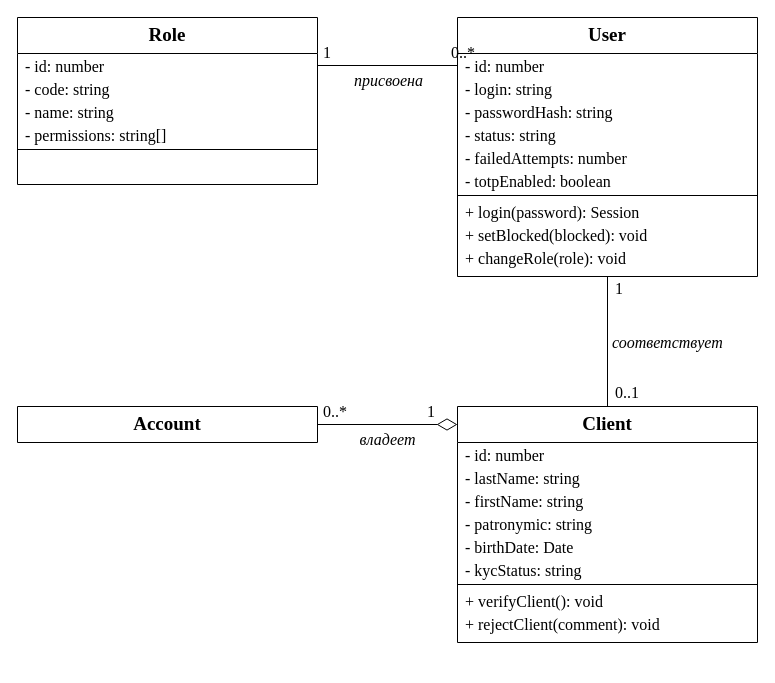
vladmeshkov/js-course-work keeps this draw.io diagram as page "Пользователи, клиенты и счета" (1 of 7) of docs/diagrams/class-diagrams.drawio. Above is the earlier version. Source tidied: cells renumbered, new cells numbered last; positions are measured from the earlier drawing's top-left corner, leaving out a move shared by most shapes. Both pictures are drawn from the tidied source at 100%, with x=0, y=0 at pixel (17, 17).
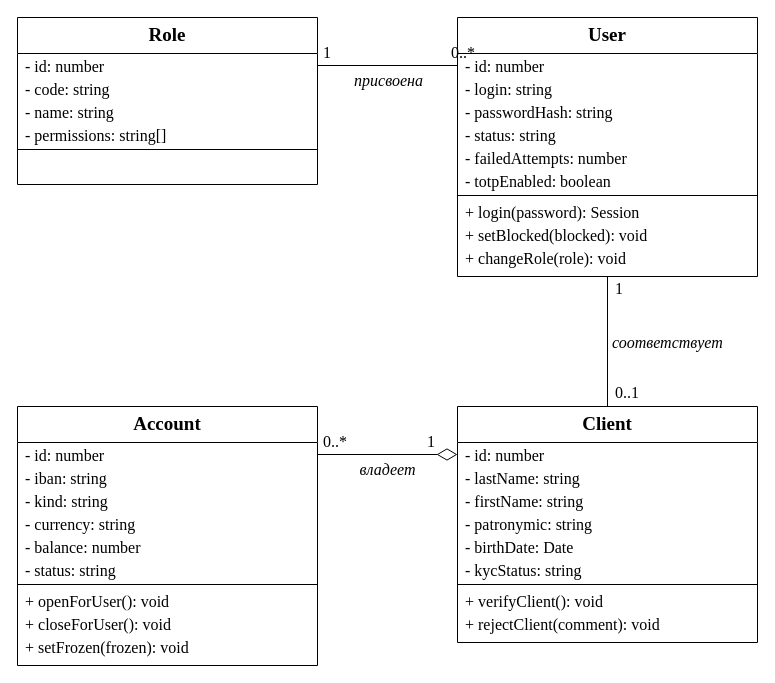
The same page after the edit.

The edit, as a diff of the source:
```diff
@@
     <mxCell id="30" value="&lt;b&gt;Account&lt;/b&gt;" style="swimlane;fontStyle=0;horizontal=1;startSize=36;fillColor=#FFFFFF;swimlaneFillColor=#FFFFFF;strokeColor=#000000;align=center;verticalAlign=middle;html=1;whiteSpace=wrap;fontFamily=Times New Roman;fontSize=19;" parent="1" vertex="1">
-      <mxGeometry y="389" width="300" height="36" as="geometry" />
+      <mxGeometry y="389" width="300" height="259" as="geometry" />
     </mxCell>
-    <mxCell id="31" style="text;strokeColor=none;fillColor=none;align=left;verticalAlign=middle;spacingLeft=6;spacingRight=4;overflow=hidden;whiteSpace=nowrap;fontFamily=Times New Roman;fontSize=16;" parent="30" vertex="1">
+    <mxCell id="31" value="- id: number" style="text;strokeColor=none;fillColor=none;align=left;verticalAlign=middle;spacingLeft=6;spacingRight=4;overflow=hidden;whiteSpace=nowrap;fontFamily=Times New Roman;fontSize=16;" parent="30" vertex="1">
       <mxGeometry y="36" width="300" height="23" as="geometry" />
     </mxCell>
-    <mxCell id="32" style="html=1;rounded=0;strokeColor=#000000;strokeWidth=1;endArrow=none;startArrow=none;" parent="1" edge="1">
-      <mxGeometry relative="1" as="geometry">
-        <mxPoint x="300" y="48" as="sourcePoint" />
-        <mxPoint x="440" y="48" as="targetPoint" />
-      </mxGeometry>
+    <mxCell id="32" value="- iban: string" style="text;strokeColor=none;fillColor=none;align=left;verticalAlign=middle;spacingLeft=6;spacingRight=4;overflow=hidden;whiteSpace=nowrap;fontFamily=Times New Roman;fontSize=16;" parent="30" vertex="1">
+      <mxGeometry y="59" width="300" height="23" as="geometry" />
     </mxCell>
-    <mxCell id="33" value="присвоена" style="text;html=1;strokeColor=none;fillColor=#FFFFFF;align=center;verticalAlign=middle;fontStyle=2;spacing=0;fontFamily=Times New Roman;fontSize=16;" parent="1" vertex="1">
-      <mxGeometry x="331" y="52" width="79" height="22" as="geometry" />
+    <mxCell id="33" value="- kind: string" style="text;strokeColor=none;fillColor=none;align=left;verticalAlign=middle;spacingLeft=6;spacingRight=4;overflow=hidden;whiteSpace=nowrap;fontFamily=Times New Roman;fontSize=16;" parent="30" vertex="1">
+      <mxGeometry y="82" width="300" height="23" as="geometry" />
     </mxCell>
-    <mxCell id="34" value="1" style="text;html=1;strokeColor=none;fillColor=none;align=left;verticalAlign=middle;fontFamily=Times New Roman;fontSize=16;" parent="1" vertex="1">
-      <mxGeometry x="304" y="26" width="60" height="18" as="geometry" />
+    <mxCell id="34" value="- currency: string" style="text;strokeColor=none;fillColor=none;align=left;verticalAlign=middle;spacingLeft=6;spacingRight=4;overflow=hidden;whiteSpace=nowrap;fontFamily=Times New Roman;fontSize=16;" parent="30" vertex="1">
+      <mxGeometry y="105" width="300" height="23" as="geometry" />
     </mxCell>
-    <mxCell id="35" value="0..*" style="text;html=1;strokeColor=none;fillColor=none;align=left;verticalAlign=middle;fontFamily=Times New Roman;fontSize=16;" parent="1" vertex="1">
-      <mxGeometry x="432" y="26" width="60" height="18" as="geometry" />
+    <mxCell id="35" value="- balance: number" style="text;strokeColor=none;fillColor=none;align=left;verticalAlign=middle;spacingLeft=6;spacingRight=4;overflow=hidden;whiteSpace=nowrap;fontFamily=Times New Roman;fontSize=16;" parent="30" vertex="1">
+      <mxGeometry y="128" width="300" height="23" as="geometry" />
     </mxCell>
-    <mxCell id="36" style="html=1;rounded=0;strokeColor=#000000;strokeWidth=1;endArrow=none;startArrow=none;" parent="1" edge="1">
-      <mxGeometry relative="1" as="geometry">
-        <mxPoint x="590" y="259" as="sourcePoint" />
-        <mxPoint x="590" y="389" as="targetPoint" />
-      </mxGeometry>
+    <mxCell id="36" value="- status: string" style="text;strokeColor=none;fillColor=none;align=left;verticalAlign=middle;spacingLeft=6;spacingRight=4;overflow=hidden;whiteSpace=nowrap;fontFamily=Times New Roman;fontSize=16;" parent="30" vertex="1">
+      <mxGeometry y="151" width="300" height="23" as="geometry" />
     </mxCell>
-    <mxCell id="37" value="соответствует" style="text;html=1;strokeColor=none;fillColor=#FFFFFF;align=left;verticalAlign=middle;fontStyle=2;spacing=0;fontFamily=Times New Roman;fontSize=16;" parent="1" vertex="1">
-      <mxGeometry x="595" y="314" width="109" height="22" as="geometry" />
+    <mxCell id="37" style="line;strokeWidth=1;fillColor=none;align=left;verticalAlign=middle;spacingTop=-1;spacingLeft=3;spacingRight=3;labelPosition=right;strokeColor=#000000;" parent="30" vertex="1">
+      <mxGeometry y="174" width="300" height="8" as="geometry" />
     </mxCell>
-    <mxCell id="38" value="1" style="text;html=1;strokeColor=none;fillColor=none;align=left;verticalAlign=middle;fontFamily=Times New Roman;fontSize=16;" parent="1" vertex="1">
-      <mxGeometry x="596" y="262" width="60" height="18" as="geometry" />
+    <mxCell id="38" value="+ openForUser(): void" style="text;strokeColor=none;fillColor=none;align=left;verticalAlign=middle;spacingLeft=6;spacingRight=4;overflow=hidden;whiteSpace=nowrap;fontFamily=Times New Roman;fontSize=16;" parent="30" vertex="1">
+      <mxGeometry y="182" width="300" height="23" as="geometry" />
     </mxCell>
-    <mxCell id="39" value="0..1" style="text;html=1;strokeColor=none;fillColor=none;align=left;verticalAlign=middle;fontFamily=Times New Roman;fontSize=16;" parent="1" vertex="1">
-      <mxGeometry x="596" y="366" width="60" height="18" as="geometry" />
+    <mxCell id="39" value="+ closeForUser(): void" style="text;strokeColor=none;fillColor=none;align=left;verticalAlign=middle;spacingLeft=6;spacingRight=4;overflow=hidden;whiteSpace=nowrap;fontFamily=Times New Roman;fontSize=16;" parent="30" vertex="1">
+      <mxGeometry y="205" width="300" height="23" as="geometry" />
     </mxCell>
-    <mxCell id="40" style="html=1;rounded=0;strokeColor=#000000;strokeWidth=1;endArrow=none;startArrow=diamondThin;startSize=18;startFill=0;" parent="1" edge="1">
-      <mxGeometry relative="1" as="geometry">
-        <mxPoint x="440" y="407" as="sourcePoint" />
-        <mxPoint x="300" y="407" as="targetPoint" />
-      </mxGeometry>
+    <mxCell id="40" value="+ setFrozen(frozen): void" style="text;strokeColor=none;fillColor=none;align=left;verticalAlign=middle;spacingLeft=6;spacingRight=4;overflow=hidden;whiteSpace=nowrap;fontFamily=Times New Roman;fontSize=16;" parent="30" vertex="1">
+      <mxGeometry y="228" width="300" height="23" as="geometry" />
     </mxCell>
-    <mxCell id="41" value="владеет" style="text;html=1;strokeColor=none;fillColor=#FFFFFF;align=center;verticalAlign=middle;fontStyle=2;spacing=0;fontFamily=Times New Roman;fontSize=16;" parent="1" vertex="1">
-      <mxGeometry x="338" y="411" width="64" height="22" as="geometry" />
+    <mxCell id="41" style="html=1;rounded=0;strokeColor=#000000;strokeWidth=1;endArrow=none;startArrow=none;" parent="1" edge="1">
+      <mxGeometry relative="1" as="geometry">
+        <mxPoint x="300" y="48" as="sourcePoint" />
+        <mxPoint x="440" y="48" as="targetPoint" />
+      </mxGeometry>
     </mxCell>
-    <mxCell id="42" value="1" style="text;html=1;strokeColor=none;fillColor=none;align=left;verticalAlign=middle;fontFamily=Times New Roman;fontSize=16;" parent="1" vertex="1">
-      <mxGeometry x="408" y="385" width="60" height="18" as="geometry" />
+    <mxCell id="42" value="присвоена" style="text;html=1;strokeColor=none;fillColor=#FFFFFF;align=center;verticalAlign=middle;fontStyle=2;spacing=0;fontFamily=Times New Roman;fontSize=16;" parent="1" vertex="1">
+      <mxGeometry x="331" y="52" width="79" height="22" as="geometry" />
     </mxCell>
-    <mxCell id="43" value="0..*" style="text;html=1;strokeColor=none;fillColor=none;align=left;verticalAlign=middle;fontFamily=Times New Roman;fontSize=16;" parent="1" vertex="1">
-      <mxGeometry x="304" y="385" width="60" height="18" as="geometry" />
+    <mxCell id="43" value="1" style="text;html=1;strokeColor=none;fillColor=none;align=left;verticalAlign=middle;fontFamily=Times New Roman;fontSize=16;" parent="1" vertex="1">
+      <mxGeometry x="304" y="26" width="60" height="18" as="geometry" />
     </mxCell>
+    <mxCell id="44" value="0..*" style="text;html=1;strokeColor=none;fillColor=none;align=left;verticalAlign=middle;fontFamily=Times New Roman;fontSize=16;" parent="1" vertex="1">
+      <mxGeometry x="432" y="26" width="60" height="18" as="geometry" />
+    </mxCell>
+    <mxCell id="45" style="html=1;rounded=0;strokeColor=#000000;strokeWidth=1;endArrow=none;startArrow=none;" parent="1" edge="1">
+      <mxGeometry relative="1" as="geometry">
+        <mxPoint x="590" y="259" as="sourcePoint" />
+        <mxPoint x="590" y="389" as="targetPoint" />
+      </mxGeometry>
+    </mxCell>
+    <mxCell id="46" value="соответствует" style="text;html=1;strokeColor=none;fillColor=#FFFFFF;align=left;verticalAlign=middle;fontStyle=2;spacing=0;fontFamily=Times New Roman;fontSize=16;" parent="1" vertex="1">
+      <mxGeometry x="595" y="314" width="109" height="22" as="geometry" />
+    </mxCell>
+    <mxCell id="47" value="1" style="text;html=1;strokeColor=none;fillColor=none;align=left;verticalAlign=middle;fontFamily=Times New Roman;fontSize=16;" parent="1" vertex="1">
+      <mxGeometry x="596" y="262" width="60" height="18" as="geometry" />
+    </mxCell>
+    <mxCell id="48" value="0..1" style="text;html=1;strokeColor=none;fillColor=none;align=left;verticalAlign=middle;fontFamily=Times New Roman;fontSize=16;" parent="1" vertex="1">
+      <mxGeometry x="596" y="366" width="60" height="18" as="geometry" />
+    </mxCell>
+    <mxCell id="49" style="html=1;rounded=0;strokeColor=#000000;strokeWidth=1;endArrow=none;startArrow=diamondThin;startSize=18;startFill=0;" parent="1" edge="1">
+      <mxGeometry relative="1" as="geometry">
+        <mxPoint x="440" y="437" as="sourcePoint" />
+        <mxPoint x="300" y="437" as="targetPoint" />
+      </mxGeometry>
+    </mxCell>
+    <mxCell id="50" value="владеет" style="text;html=1;strokeColor=none;fillColor=#FFFFFF;align=center;verticalAlign=middle;fontStyle=2;spacing=0;fontFamily=Times New Roman;fontSize=16;" parent="1" vertex="1">
+      <mxGeometry x="338" y="441" width="64" height="22" as="geometry" />
+    </mxCell>
+    <mxCell id="51" value="1" style="text;html=1;strokeColor=none;fillColor=none;align=left;verticalAlign=middle;fontFamily=Times New Roman;fontSize=16;" parent="1" vertex="1">
+      <mxGeometry x="408" y="415" width="60" height="18" as="geometry" />
+    </mxCell>
+    <mxCell id="52" value="0..*" style="text;html=1;strokeColor=none;fillColor=none;align=left;verticalAlign=middle;fontFamily=Times New Roman;fontSize=16;" parent="1" vertex="1">
+      <mxGeometry x="304" y="415" width="60" height="18" as="geometry" />
+    </mxCell>
```
